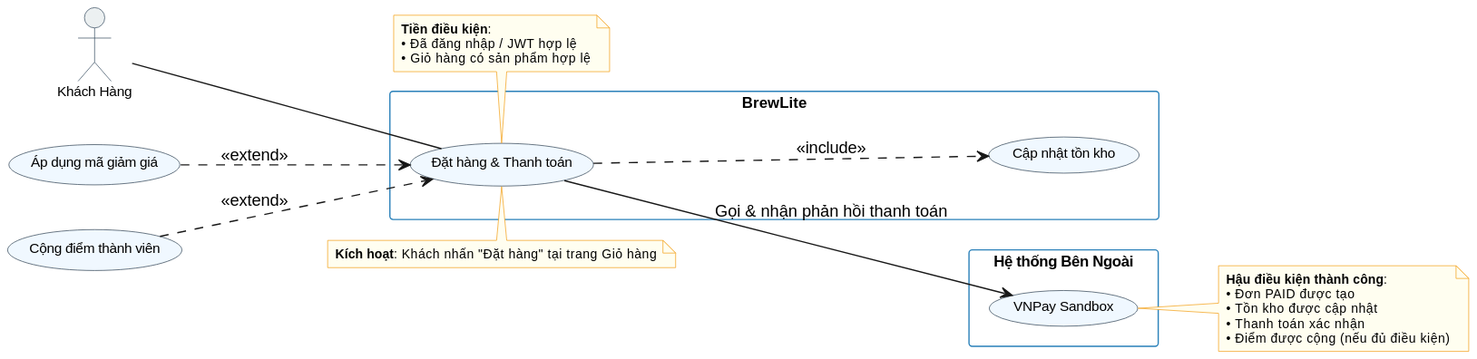
The PlantUML diagram docs/diagrams/task1.3-diagram.svg in leduc16102006-jpg/assiment2, before a commit.
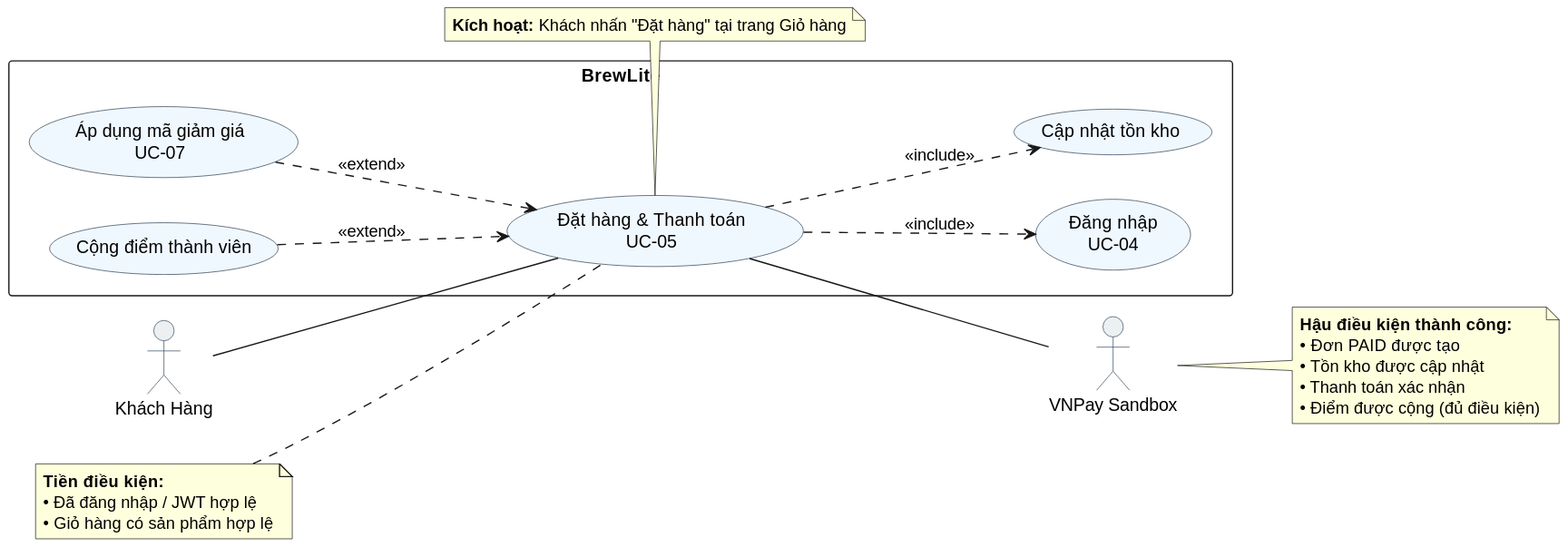
Above is the later version.

What changed in the source:
```diff
@@ -1,66 +1,49 @@
 @startuml
-
 left to right direction
 skinparam useCase {
   BackgroundColor #f0f8ff
   BorderColor #2c3e50
-  FontName Arial
-  FontSize 11
 }
 skinparam actor {
   BackgroundColor #ecf0f1
   BorderColor #34495e
-  FontName Arial
-  FontSize 11
-}
-skinparam rectangle {
-  BackgroundColor #ffffff
-  BorderColor #2980b9
-  FontName Arial
-  FontSize 12
-}
-skinparam note {
-  BackgroundColor #fffef0
-  BorderColor #f39c12
-  FontName Arial
-  FontSize 10
 }
 
 actor "Khách Hàng" as KH
+actor "VNPay Sandbox" as VNPay
 
 rectangle "BrewLite" {
-  (Đặt hàng & Thanh toán) as UC_MAIN
-  (Cập nhật tồn kho) as UC_STOCK
+  (Đặt hàng & Thanh toán\nUC-05) as UC05
+  (Đăng nhập\nUC-04) as UC04
+  (Cập nhật tồn kho) as UC_Stock
+  (Áp dụng mã giảm giá\nUC-07) as UC_Promo
+  (Cộng điểm thành viên) as UC_Loyalty
 }
 
-rectangle "Hệ thống Bên Ngoài" {
-  (VNPay Sandbox) as VNP
-}
+KH -- UC05
+UC05 -- VNPay
 
-KH -- UC_MAIN
+UC05 -[dashed]-> UC04 : <<include>>
+UC05 -[dashed]-> UC_Stock : <<include>>
 
-UC_MAIN -[dashed]-> UC_STOCK : <<include>>
+UC_Promo -[dashed]-> UC05 : <<extend>>
+UC_Loyalty -[dashed]-> UC05 : <<extend>>
 
-(Áp dụng mã giảm giá) -[dashed]-> UC_MAIN : <<extend>>
-(Cộng điểm thành viên) -[dashed]-> UC_MAIN : <<extend>>
-
-UC_MAIN --> VNP : Gọi & nhận phản hồi thanh toán
-
-note top of UC_MAIN
-  **Kích hoạt**: Khách nhấn "Đặt hàng" tại trang Giỏ hàng
-end note
-
-note bottom of UC_MAIN
-  **Tiền điều kiện**:
+note left of UC05
+  **Tiền điều kiện:**
   • Đã đăng nhập / JWT hợp lệ
   • Giỏ hàng có sản phẩm hợp lệ
 end note
 
-note right of VNP
-  **Hậu điều kiện thành công**:
+note right of VNPay
+  **Hậu điều kiện thành công:**
   • Đơn PAID được tạo
   • Tồn kho được cập nhật
   • Thanh toán xác nhận
-  • Điểm được cộng (nếu đủ điều kiện)
+  • Điểm được cộng (đủ điều kiện)
+end note
+
+note bottom of UC05
+  **Kích hoạt:** Khách nhấn "Đặt hàng" tại trang Giỏ hàng
 end note
 @enduml
```
